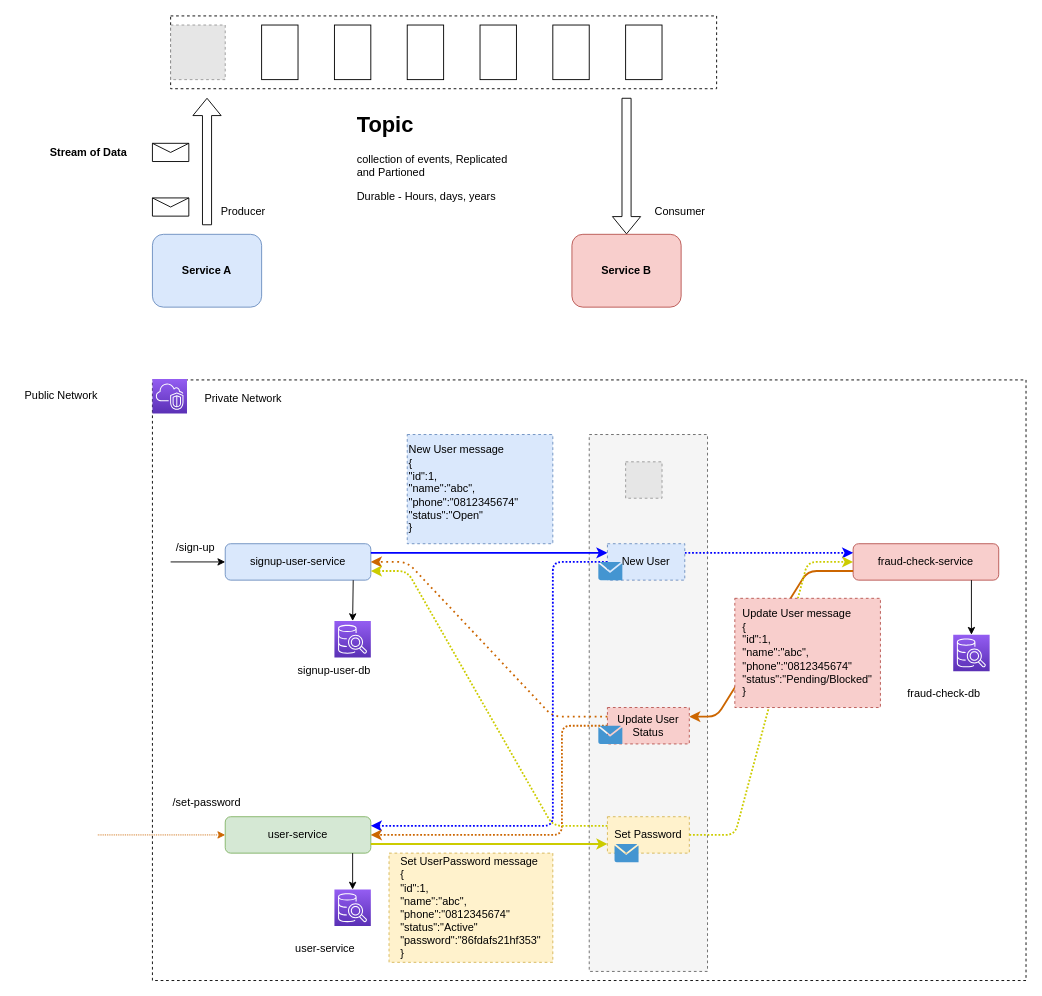
This is kafka.drawio from josdoaitran/full-example-kafka-java-springboot, a draw.io file, before an edit. Source tidied: cells renumbered, new cells numbered last; positions are measured from the earlier drawing's top-left corner, leaving out a move shared by most shapes. Both pictures are drawn from the tidied source at 91%, with x=0, y=0 at pixel (15, 15). Pictures stored in the file or linked from it are replaced by grey dashed boxes.
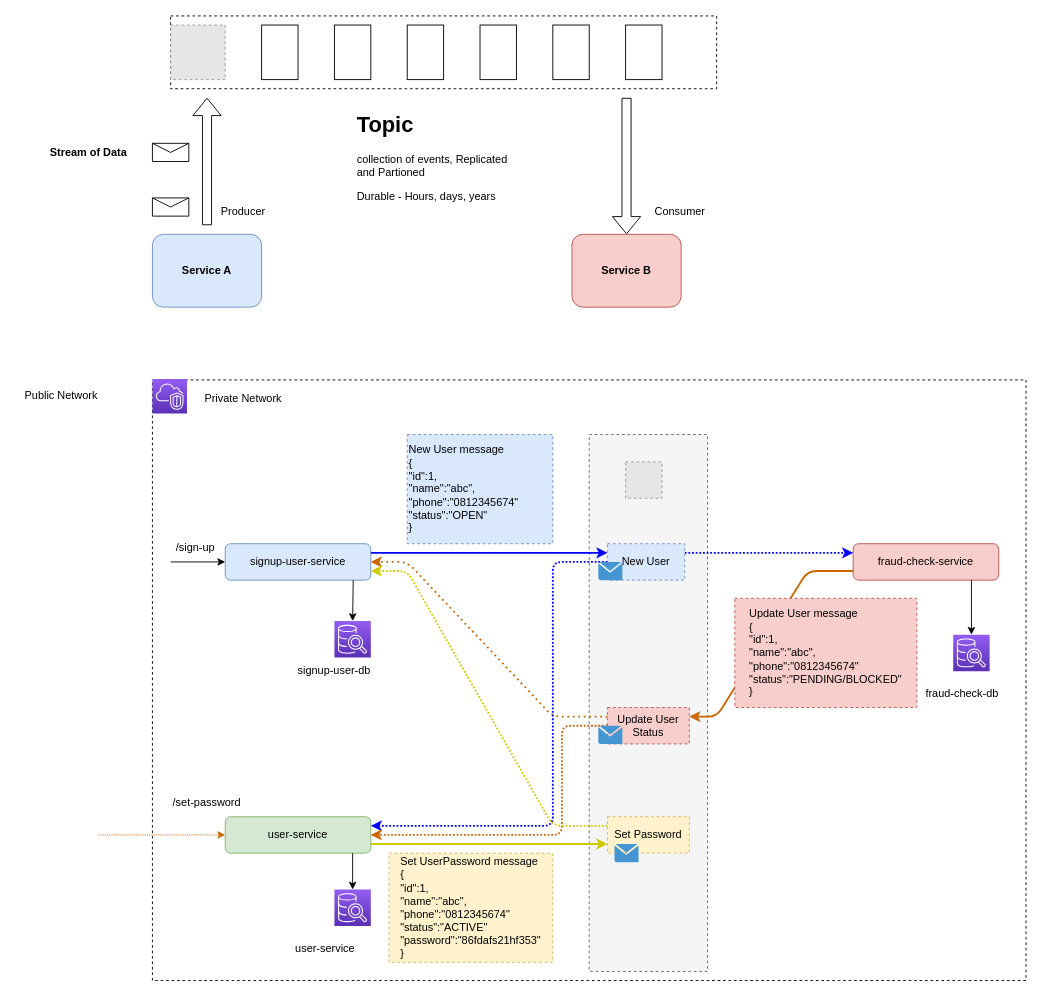
The same diagram, later.

The change refers to these unchanged cells:
```xml
<mxCell id="32" value="&lt;span&gt;fraud-check-service&lt;/span&gt;" style="rounded=1;whiteSpace=wrap;html=1;fillColor=#f8cecc;strokeColor=#b85450;" parent="1" vertex="1">
  <mxGeometry x="920" y="580" width="160" height="40" as="geometry" />
</mxCell>
<mxCell id="52" value="Set Password" style="rounded=0;whiteSpace=wrap;html=1;dashed=1;fillColor=#fff2cc;strokeColor=#d6b656;" parent="1" vertex="1">
  <mxGeometry x="650" y="880" width="90" height="40" as="geometry" />
</mxCell>
```

The edit, as a diff of the source:
```diff
@@
-    <mxCell id="31" value="&lt;div style=&quot;&quot;&gt;&lt;span&gt;New User message&lt;/span&gt;&lt;/div&gt;&lt;div style=&quot;&quot;&gt;&lt;span&gt;{&lt;/span&gt;&lt;/div&gt;&lt;div style=&quot;&quot;&gt;&lt;span&gt;&quot;id&quot;:1,&lt;br&gt;&quot;name&quot;:&quot;abc&quot;,&lt;br&gt;&quot;phone&quot;:&quot;0812345674&quot;&lt;br&gt;&quot;status&quot;:&quot;Open&quot;&lt;/span&gt;&lt;/div&gt;&lt;div style=&quot;&quot;&gt;&lt;span&gt;}&lt;/span&gt;&lt;/div&gt;" style="text;html=1;strokeColor=#6c8ebf;fillColor=#dae8fc;align=left;verticalAlign=middle;whiteSpace=wrap;rounded=0;dashed=1;" parent="1" vertex="1">
+    <mxCell id="31" value="&lt;div&gt;&lt;span&gt;New User message&lt;/span&gt;&lt;/div&gt;&lt;div&gt;&lt;span&gt;{&lt;/span&gt;&lt;/div&gt;&lt;div&gt;&lt;span&gt;&quot;id&quot;:1,&lt;br&gt;&quot;name&quot;:&quot;abc&quot;,&lt;br&gt;&quot;phone&quot;:&quot;0812345674&quot;&lt;br&gt;&quot;status&quot;:&quot;OPEN&quot;&lt;/span&gt;&lt;/div&gt;&lt;div&gt;&lt;span&gt;}&lt;/span&gt;&lt;/div&gt;" style="text;html=1;strokeColor=#6c8ebf;fillColor=#dae8fc;align=left;verticalAlign=middle;whiteSpace=wrap;rounded=0;dashed=1;" parent="1" vertex="1">
       <mxGeometry x="430" y="460" width="160" height="120" as="geometry" />
     </mxCell>
@@
     <mxCell id="42" value="fraud-check-db" style="text;html=1;strokeColor=none;fillColor=none;align=center;verticalAlign=middle;whiteSpace=wrap;rounded=0;" parent="1" vertex="1">
-      <mxGeometry x="970" y="730" width="100" height="30" as="geometry" />
+      <mxGeometry x="990" y="730" width="100" height="30" as="geometry" />
     </mxCell>
@@
-    <mxCell id="51" value="&lt;div style=&quot;text-align: left&quot;&gt;&lt;span&gt;Set UserPassword message&lt;/span&gt;&lt;/div&gt;&lt;div style=&quot;text-align: left&quot;&gt;&lt;span&gt;{&lt;/span&gt;&lt;/div&gt;&lt;div style=&quot;text-align: left&quot;&gt;&lt;span&gt;&quot;id&quot;:1,&lt;br&gt;&quot;name&quot;:&quot;abc&quot;,&lt;br&gt;&quot;phone&quot;:&quot;0812345674&quot;&lt;br&gt;&quot;status&quot;:&quot;Active&quot;&lt;/span&gt;&lt;/div&gt;&lt;div style=&quot;text-align: left&quot;&gt;&lt;span&gt;&quot;password&quot;:&quot;86fdafs21hf353&quot;&lt;/span&gt;&lt;/div&gt;&lt;div style=&quot;text-align: left&quot;&gt;&lt;span&gt;}&lt;/span&gt;&lt;/div&gt;" style="text;html=1;strokeColor=#d6b656;fillColor=#fff2cc;align=center;verticalAlign=middle;whiteSpace=wrap;rounded=0;dashed=1;" parent="1" vertex="1">
+    <mxCell id="51" value="&lt;div style=&quot;text-align: left&quot;&gt;&lt;span&gt;Set UserPassword message&lt;/span&gt;&lt;/div&gt;&lt;div style=&quot;text-align: left&quot;&gt;&lt;span&gt;{&lt;/span&gt;&lt;/div&gt;&lt;div style=&quot;text-align: left&quot;&gt;&lt;span&gt;&quot;id&quot;:1,&lt;br&gt;&quot;name&quot;:&quot;abc&quot;,&lt;br&gt;&quot;phone&quot;:&quot;0812345674&quot;&lt;br&gt;&quot;status&quot;:&quot;ACTIVE&quot;&lt;/span&gt;&lt;/div&gt;&lt;div style=&quot;text-align: left&quot;&gt;&lt;span&gt;&quot;password&quot;:&quot;86fdafs21hf353&quot;&lt;/span&gt;&lt;/div&gt;&lt;div style=&quot;text-align: left&quot;&gt;&lt;span&gt;}&lt;/span&gt;&lt;/div&gt;" style="text;html=1;strokeColor=#d6b656;fillColor=#fff2cc;align=center;verticalAlign=middle;whiteSpace=wrap;rounded=0;dashed=1;" parent="1" vertex="1">
       <mxGeometry x="410" y="920" width="180" height="120" as="geometry" />
     </mxCell>
@@
-    <mxCell id="58" style="endArrow=classic;html=1;strokeColor=#CCCC00;strokeWidth=2;exitX=1;exitY=0.5;exitDx=0;exitDy=0;dashed=1;dashPattern=1 1;entryX=0;entryY=0.5;entryDx=0;entryDy=0;" parent="1" edge="1" source="52" target="32">
-      <mxGeometry relative="1" as="geometry">
-        <Array as="points">
-          <mxPoint x="790" y="900" />
-          <mxPoint x="870" y="600" />
-        </Array>
-      </mxGeometry>
-    </mxCell>
-    <mxCell id="59" value="&lt;div style=&quot;text-align: left&quot;&gt;&lt;span&gt;Update User message&lt;/span&gt;&lt;/div&gt;&lt;div style=&quot;text-align: left&quot;&gt;&lt;span&gt;{&lt;/span&gt;&lt;/div&gt;&lt;div style=&quot;text-align: left&quot;&gt;&lt;span&gt;&quot;id&quot;:1,&lt;br&gt;&quot;name&quot;:&quot;abc&quot;,&lt;br&gt;&quot;phone&quot;:&quot;0812345674&quot;&lt;br&gt;&quot;status&quot;:&quot;Pending/Blocked&quot;&lt;/span&gt;&lt;/div&gt;&lt;div style=&quot;text-align: left&quot;&gt;&lt;span&gt;}&lt;/span&gt;&lt;/div&gt;" style="text;html=1;strokeColor=#b85450;fillColor=#f8cecc;align=center;verticalAlign=middle;whiteSpace=wrap;rounded=0;dashed=1;" parent="1" vertex="1">
-      <mxGeometry x="790" y="640" width="160" height="120" as="geometry" />
+    <mxCell id="59" value="&lt;div style=&quot;text-align: left&quot;&gt;&lt;span&gt;Update User message&lt;/span&gt;&lt;/div&gt;&lt;div style=&quot;text-align: left&quot;&gt;&lt;span&gt;{&lt;/span&gt;&lt;/div&gt;&lt;div style=&quot;text-align: left&quot;&gt;&lt;span&gt;&quot;id&quot;:1,&lt;br&gt;&quot;name&quot;:&quot;abc&quot;,&lt;br&gt;&quot;phone&quot;:&quot;0812345674&quot;&lt;br&gt;&quot;status&quot;:&quot;PENDING/BLOCKED&quot;&lt;/span&gt;&lt;/div&gt;&lt;div style=&quot;text-align: left&quot;&gt;&lt;span&gt;}&lt;/span&gt;&lt;/div&gt;" style="text;html=1;strokeColor=#b85450;fillColor=#f8cecc;align=center;verticalAlign=middle;whiteSpace=wrap;rounded=0;dashed=1;" parent="1" vertex="1">
+      <mxGeometry x="790" y="640" width="200" height="120" as="geometry" />
     </mxCell>
```
